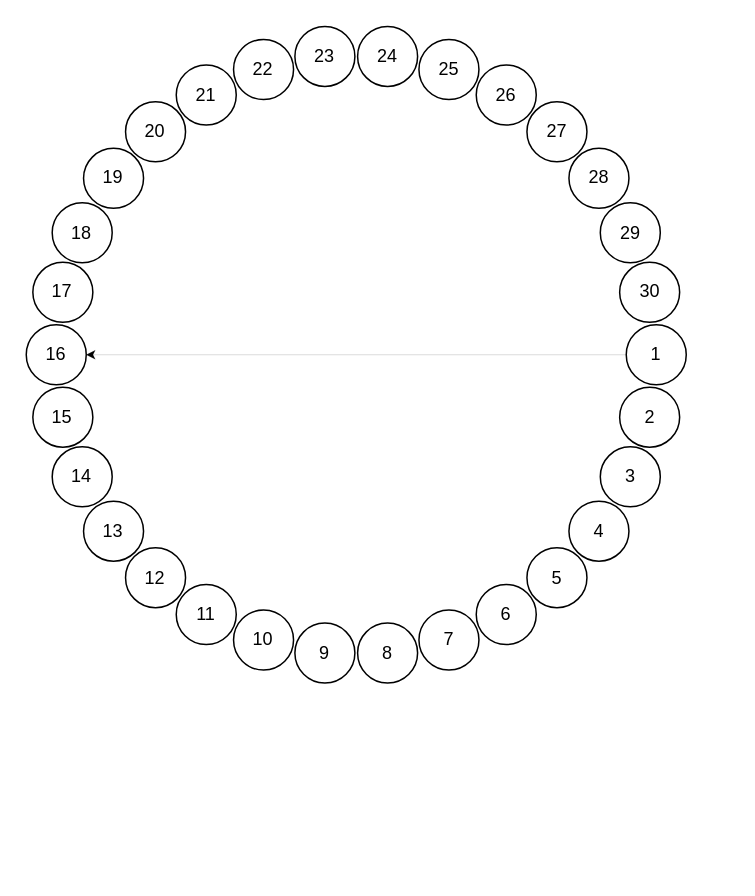
Before: leaf.drawio in roleecorn/drawio, a draw.io diagram. Source tidied: cells renumbered, new cells numbered last; positions are measured from the earlier drawing's top-left corner, leaving out a move shared by most shapes. Both pictures are drawn from the tidied source at 150%, with x=0, y=0 at pixel (26, 26).
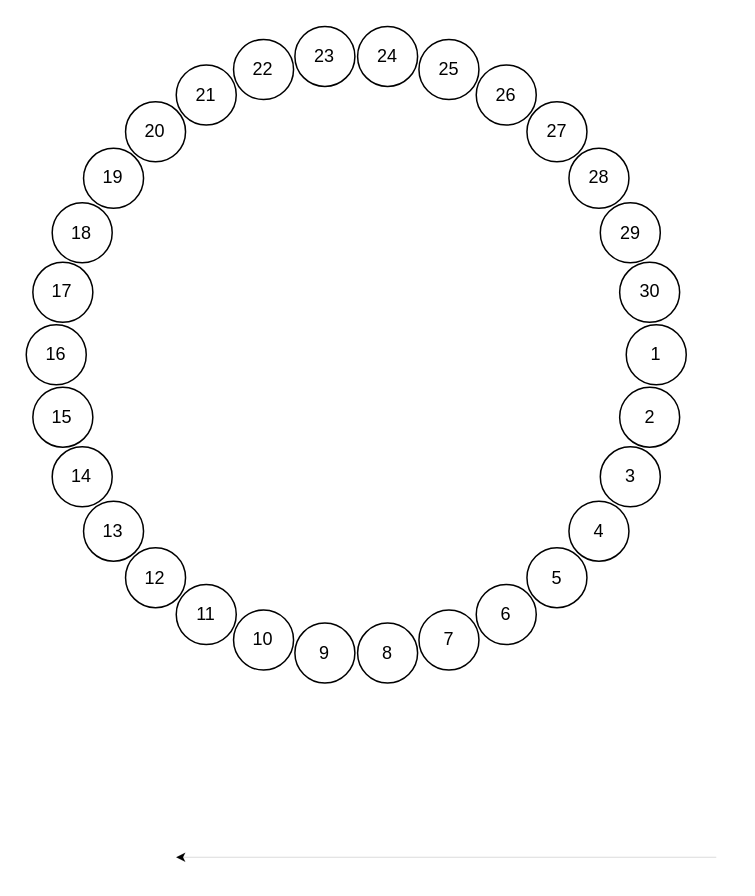
After the change.

Unchanged cells that the change refers to:
```xml
<mxCell id="2" style="group;" parent="1" vertex="1">
  <mxGeometry y="0.1" width="440" height="437.8" as="geometry" />
</mxCell>
<mxCell id="4" value="1" style="ellipse;whiteSpace=wrap;html=1;" parent="2" vertex="1">
  <mxGeometry x="400" y="198.9" width="40" height="40" as="geometry" />
</mxCell>
<mxCell id="19" value="16" style="ellipse;whiteSpace=wrap;html=1;" parent="2" vertex="1">
  <mxGeometry y="198.9" width="40" height="40" as="geometry" />
</mxCell>
```

Change to the diagram source:
```diff
@@
-    <mxCell id="3" style="edgeStyle=orthogonalEdgeStyle;rounded=0;jettySize=auto;html=1;exitX=0;exitY=0.5;exitDx=0;exitDy=0;strokeWidth=0;" parent="2" edge="1" source="4" target="19">
-      <mxGeometry relative="1" as="geometry" />
-    </mxCell>
@@
+    <mxCell id="34" style="endArrow=classic;html=1;rounded=0;strokeWidth=0;" parent="1" edge="1">
+      <mxGeometry relative="1" as="geometry">
+        <mxPoint x="460" y="554" as="sourcePoint" />
+        <mxPoint x="100" y="554" as="targetPoint" />
+      </mxGeometry>
+    </mxCell>
```
